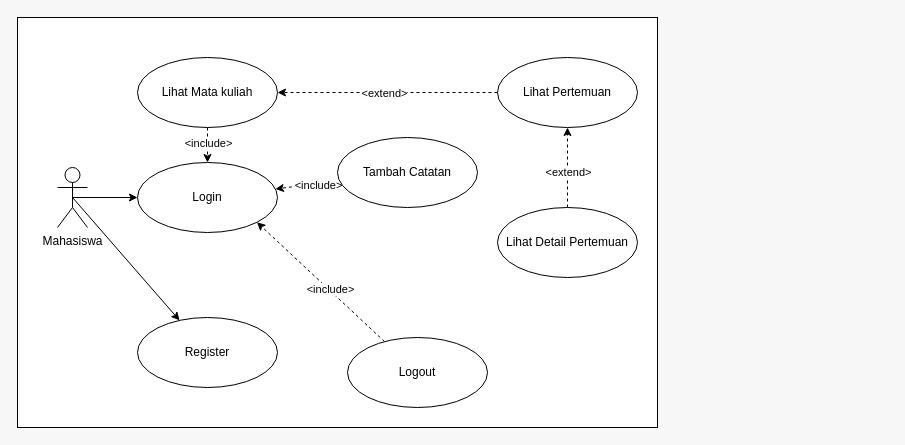
The draw.io diagram catatan-kuliah-useCase.drawio in Gefila/draw.io, before the edit. Source tidied: cells renumbered, new cells numbered last; positions are measured from the earlier drawing's top-left corner, leaving out a move shared by most shapes. Both pictures are drawn from the tidied source at 100%, with x=0, y=0 at pixel (17, 17).
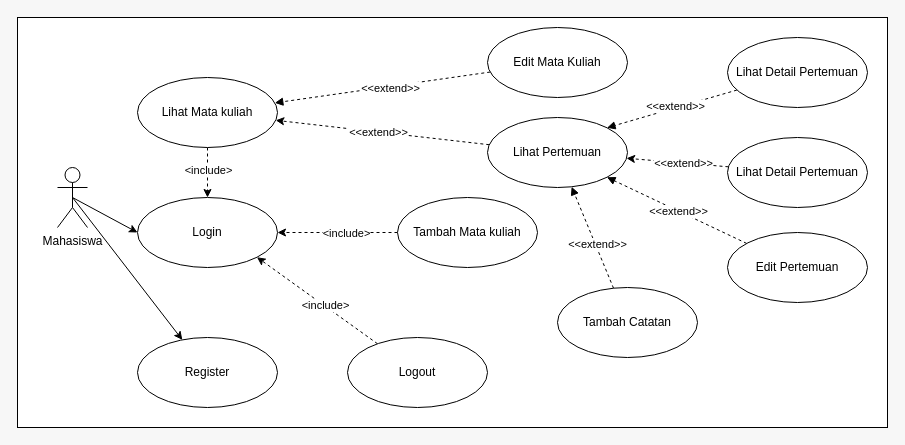
Above is the later version.

Unchanged cells that the change refers to:
```xml
<mxCell id="17" style="rounded=0;jettySize=auto;html=1;dashed=1;" parent="1" edge="1" source="19" target="10">
  <mxGeometry relative="1" as="geometry" />
</mxCell>
<mxCell id="20" style="rounded=0;jettySize=auto;html=1;dashed=1;" parent="1" edge="1" source="22" target="19">
  <mxGeometry relative="1" as="geometry" />
</mxCell>
```

What changed in the source:
```diff
@@
     <mxCell id="2" style="rounded=0;whiteSpace=wrap;html=1;" parent="1" vertex="1">
-      <mxGeometry width="640" height="410" as="geometry" />
+      <mxGeometry width="870" height="410" as="geometry" />
     </mxCell>
@@
     <mxCell id="6" value="Login" style="ellipse;whiteSpace=wrap;html=1;" parent="1" vertex="1">
-      <mxGeometry x="120" y="145" width="140" height="70" as="geometry" />
+      <mxGeometry x="120" y="180" width="140" height="70" as="geometry" />
     </mxCell>
     <mxCell id="7" value="Register" style="ellipse;whiteSpace=wrap;html=1;" parent="1" vertex="1">
-      <mxGeometry x="120" y="300" width="140" height="70" as="geometry" />
+      <mxGeometry x="120" y="320" width="140" height="70" as="geometry" />
     </mxCell>
@@
     <mxCell id="10" value="Lihat Mata kuliah" style="ellipse;whiteSpace=wrap;html=1;" parent="1" vertex="1">
-      <mxGeometry x="120" y="40" width="140" height="70" as="geometry" />
+      <mxGeometry x="120" y="60" width="140" height="70" as="geometry" />
     </mxCell>
@@
-    <mxCell id="13" value="Tambah Catatan" style="ellipse;whiteSpace=wrap;html=1;" parent="1" vertex="1">
-      <mxGeometry x="320" y="120" width="140" height="70" as="geometry" />
+    <mxCell id="13" value="Tambah Mata kuliah" style="ellipse;whiteSpace=wrap;html=1;" parent="1" vertex="1">
+      <mxGeometry x="380" y="180" width="140" height="70" as="geometry" />
     </mxCell>
@@
-    <mxCell id="18" value="&amp;lt;extend&amp;gt;" style="edgeLabel;html=1;align=center;verticalAlign=middle;" parent="17" vertex="1">
+    <mxCell id="18" value="&amp;lt;&amp;lt;extend&amp;gt;&amp;gt;" style="edgeLabel;html=1;align=center;verticalAlign=middle;" parent="17" vertex="1">
       <mxGeometry x="0.04" relative="1" as="geometry" />
     </mxCell>
     <mxCell id="19" value="Lihat Pertemuan" style="ellipse;whiteSpace=wrap;html=1;" parent="1" vertex="1">
-      <mxGeometry x="480" y="40" width="140" height="70" as="geometry" />
+      <mxGeometry x="470" y="100" width="140" height="70" as="geometry" />
     </mxCell>
@@
-    <mxCell id="21" value="&amp;lt;extend&amp;gt;" style="edgeLabel;html=1;align=center;verticalAlign=middle;" parent="20" vertex="1">
+    <mxCell id="21" value="&amp;lt;&amp;lt;extend&amp;gt;&amp;gt;" style="edgeLabel;html=1;align=center;verticalAlign=middle;" parent="20" vertex="1">
       <mxGeometry x="-0.1" relative="1" as="geometry" />
     </mxCell>
     <mxCell id="22" value="Lihat Detail Pertemuan" style="ellipse;whiteSpace=wrap;html=1;" parent="1" vertex="1">
-      <mxGeometry x="480" y="190" width="140" height="70" as="geometry" />
+      <mxGeometry x="710" y="120" width="140" height="70" as="geometry" />
     </mxCell>
+    <mxCell id="23" style="shape=connector;rounded=0;jettySize=auto;html=1;strokeColor=default;align=center;verticalAlign=middle;fontFamily=Helvetica;fontSize=11;fontColor=default;labelBackgroundColor=default;endArrow=block;endFill=1;dashed=1;" parent="1" edge="1" source="25" target="10">
+      <mxGeometry relative="1" as="geometry" />
+    </mxCell>
+    <mxCell id="24" value="&amp;lt;&amp;lt;extend&amp;gt;&amp;gt;" style="edgeLabel;html=1;align=center;verticalAlign=middle;fontFamily=Helvetica;fontSize=11;fontColor=default;labelBackgroundColor=default;" parent="23" vertex="1">
+      <mxGeometry x="-0.45" y="1" relative="1" as="geometry">
+        <mxPoint x="-41" y="6" as="offset" />
+      </mxGeometry>
+    </mxCell>
+    <mxCell id="25" value="Edit Mata Kuliah" style="ellipse;whiteSpace=wrap;html=1;" parent="1" vertex="1">
+      <mxGeometry x="470" y="10" width="140" height="70" as="geometry" />
+    </mxCell>
+    <mxCell id="26" style="shape=connector;rounded=0;jettySize=auto;html=1;entryX=1;entryY=0;entryDx=0;entryDy=0;strokeColor=default;align=center;verticalAlign=middle;fontFamily=Helvetica;fontSize=11;fontColor=default;labelBackgroundColor=default;endArrow=block;endFill=1;dashed=1;" parent="1" edge="1" source="28" target="19">
+      <mxGeometry relative="1" as="geometry" />
+    </mxCell>
+    <mxCell id="27" value="&amp;lt;&amp;lt;extend&amp;gt;&amp;gt;" style="edgeLabel;html=1;align=center;verticalAlign=middle;fontFamily=Helvetica;fontSize=11;fontColor=default;labelBackgroundColor=default;" parent="26" vertex="1">
+      <mxGeometry x="0.08" relative="1" as="geometry">
+        <mxPoint x="8" y="-4" as="offset" />
+      </mxGeometry>
+    </mxCell>
+    <mxCell id="28" value="Lihat Detail Pertemuan" style="ellipse;whiteSpace=wrap;html=1;" parent="1" vertex="1">
+      <mxGeometry x="710" y="20" width="140" height="70" as="geometry" />
+    </mxCell>
+    <mxCell id="29" style="shape=connector;rounded=0;jettySize=auto;html=1;entryX=1;entryY=1;entryDx=0;entryDy=0;strokeColor=default;align=center;verticalAlign=middle;fontFamily=Helvetica;fontSize=11;fontColor=default;labelBackgroundColor=default;endArrow=block;endFill=1;dashed=1;" parent="1" edge="1" source="31" target="19">
+      <mxGeometry relative="1" as="geometry" />
+    </mxCell>
+    <mxCell id="30" value="&amp;lt;&amp;lt;extend&amp;gt;&amp;gt;" style="edgeLabel;html=1;align=center;verticalAlign=middle;fontFamily=Helvetica;fontSize=11;fontColor=default;labelBackgroundColor=default;" parent="29" vertex="1">
+      <mxGeometry x="0.05" y="-2" relative="1" as="geometry">
+        <mxPoint x="4" y="4" as="offset" />
+      </mxGeometry>
+    </mxCell>
+    <mxCell id="31" value="Edit Pertemuan" style="ellipse;whiteSpace=wrap;html=1;" parent="1" vertex="1">
+      <mxGeometry x="710" y="215" width="140" height="70" as="geometry" />
+    </mxCell>
+    <mxCell id="32" style="shape=connector;rounded=0;jettySize=auto;html=1;strokeColor=default;align=center;verticalAlign=middle;fontFamily=Helvetica;fontSize=11;fontColor=default;labelBackgroundColor=default;endArrow=block;endFill=1;dashed=1;" parent="1" edge="1" source="34" target="19">
+      <mxGeometry relative="1" as="geometry" />
+    </mxCell>
+    <mxCell id="33" value="&amp;lt;&amp;lt;extend&amp;gt;&amp;gt;" style="edgeLabel;html=1;align=center;verticalAlign=middle;fontFamily=Helvetica;fontSize=11;fontColor=default;labelBackgroundColor=default;" parent="32" vertex="1">
+      <mxGeometry x="-0.15" y="-2" relative="1" as="geometry" />
+    </mxCell>
+    <mxCell id="34" value="Tambah Catatan" style="ellipse;whiteSpace=wrap;html=1;" parent="1" vertex="1">
+      <mxGeometry x="540" y="270" width="140" height="70" as="geometry" />
+    </mxCell>
```
